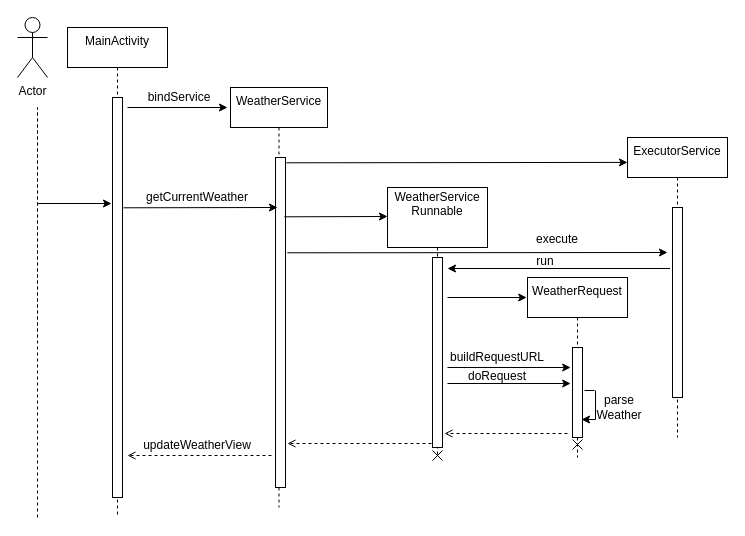
Before: UML/Untitled Diagram.drawio in android-on-MarsLviv/Weather, a draw.io diagram. Source tidied: cells renumbered, new cells numbered last; positions are measured from the earlier drawing's top-left corner, leaving out a move shared by most shapes. Both pictures are drawn from the tidied source at 100%, with x=0, y=0 at pixel (17, 17).
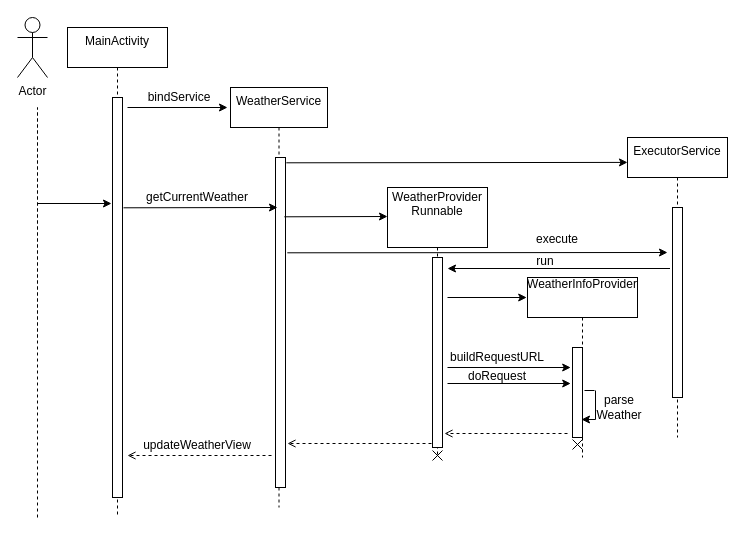
After the change.

What changed in the source:
```diff
@@
-    <mxCell id="10" value="WeatherService&#10;Runnable&#10;&#10;" style="shape=umlLifeline;perimeter=lifelinePerimeter;rounded=0;shadow=0;strokeWidth=1;size=60;" parent="1" vertex="1">
+    <mxCell id="10" value="WeatherProvider&#10;Runnable&#10;&#10;" style="shape=umlLifeline;perimeter=lifelinePerimeter;rounded=0;shadow=0;strokeWidth=1;size=60;" parent="1" vertex="1">
       <mxGeometry x="370" y="170" width="100" height="270" as="geometry" />
     </mxCell>
@@
-    <mxCell id="12" value="WeatherRequest&#10;" style="shape=umlLifeline;perimeter=lifelinePerimeter;rounded=0;shadow=0;strokeWidth=1;" parent="1" vertex="1">
-      <mxGeometry x="510" y="260" width="100" height="180" as="geometry" />
+    <mxCell id="12" value="WeatherInfoProvider&#10;&#10;" style="shape=umlLifeline;perimeter=lifelinePerimeter;rounded=0;shadow=0;strokeWidth=1;" parent="1" vertex="1">
+      <mxGeometry x="510" y="260" width="110" height="180" as="geometry" />
     </mxCell>
```
